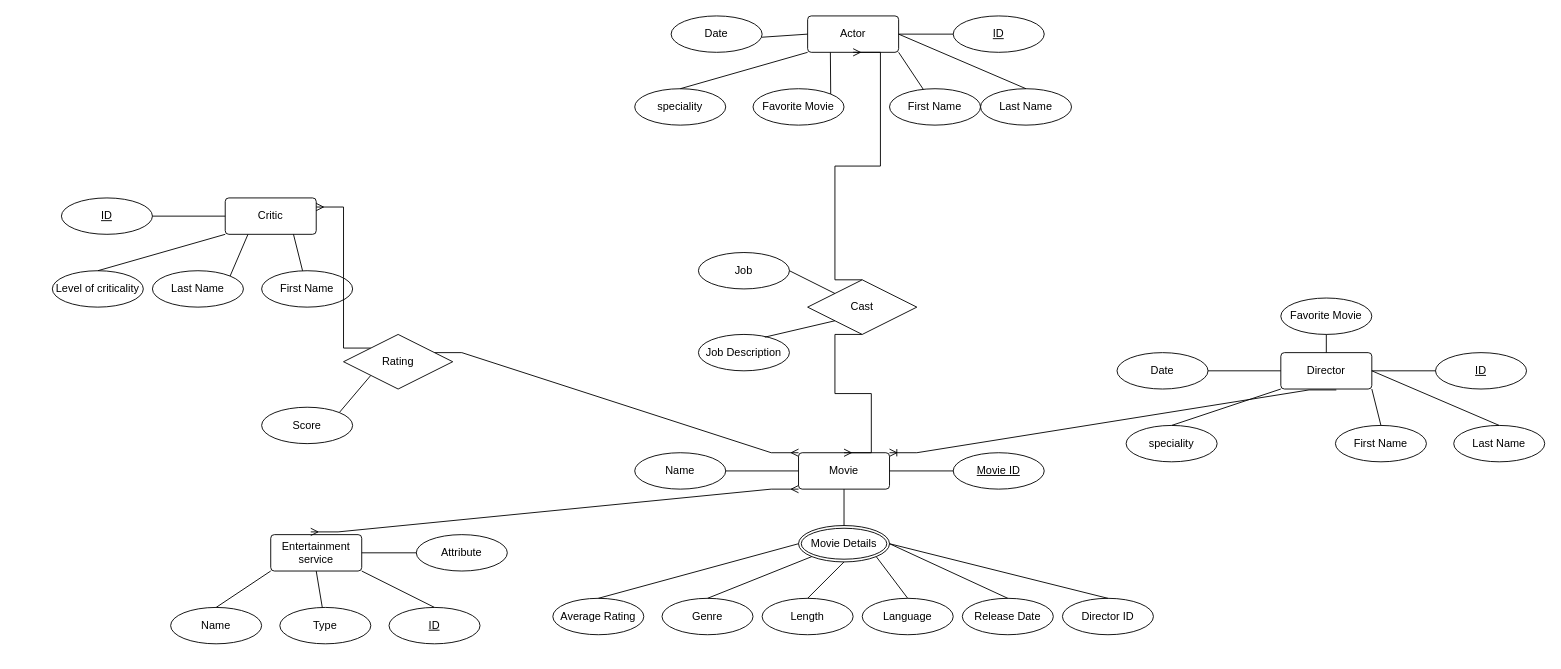
This is movie_ERD.drawio from benflanter/update-of-chinese-checkers-with-AI, a draw.io file, before an edit. Source tidied: cells renumbered, new cells numbered last; positions are measured from the earlier drawing's top-left corner, leaving out a move shared by most shapes. Both pictures are drawn from the tidied source at 91%, with x=0, y=0 at pixel (52, 15).
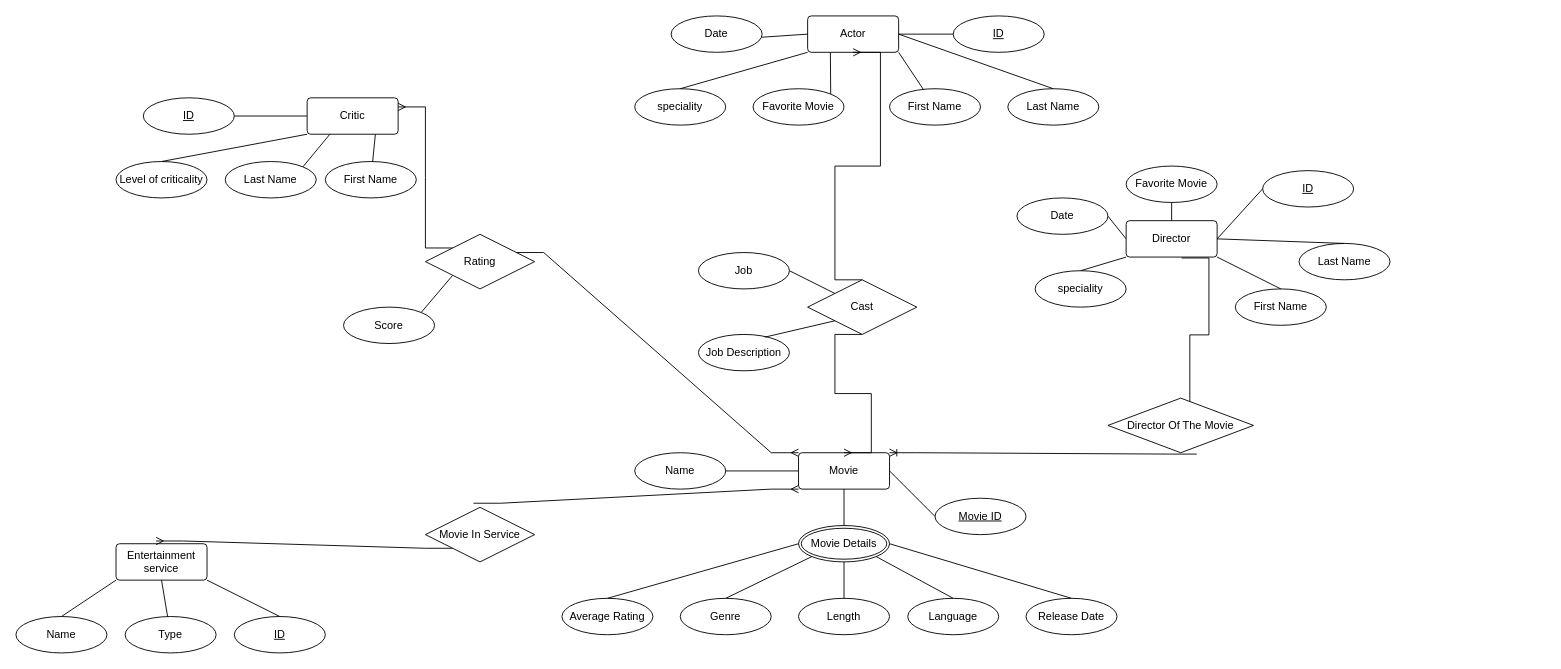
The same page after the edit.

Unchanged cells that the change refers to:
```xml
<mxCell id="28" value="Movie" style="rounded=1;arcSize=10;whiteSpace=wrap;html=1;align=center;" parent="1" vertex="1">
  <mxGeometry x="820" y="480" width="100" height="40" as="geometry" />
</mxCell>
<mxCell id="36" value="Movie Details" style="ellipse;shape=doubleEllipse;margin=3;whiteSpace=wrap;html=1;align=center;" parent="1" vertex="1">
  <mxGeometry x="820" y="560" width="100" height="40" as="geometry" />
</mxCell>
```

Diff of the diagram source:
```diff
@@
     <mxCell id="9" value="Last Name" style="ellipse;whiteSpace=wrap;html=1;align=center;" parent="1" vertex="1">
-      <mxGeometry x="1020" y="80" width="100" height="40" as="geometry" />
+      <mxGeometry x="1050" y="80" width="100" height="40" as="geometry" />
     </mxCell>
@@
     <mxCell id="13" value="Director" style="rounded=1;arcSize=10;whiteSpace=wrap;html=1;align=center;" parent="1" vertex="1">
-      <mxGeometry x="1350" y="370" width="100" height="40" as="geometry" />
+      <mxGeometry x="1180" y="225" width="100" height="40" as="geometry" />
     </mxCell>
     <mxCell id="14" value="speciality" style="ellipse;whiteSpace=wrap;html=1;align=center;" parent="1" vertex="1">
-      <mxGeometry x="1180" y="450" width="100" height="40" as="geometry" />
+      <mxGeometry x="1080" y="280" width="100" height="40" as="geometry" />
     </mxCell>
     <mxCell id="15" value="Favorite Movie" style="ellipse;whiteSpace=wrap;html=1;align=center;" parent="1" vertex="1">
-      <mxGeometry x="1350" y="310" width="100" height="40" as="geometry" />
+      <mxGeometry x="1180" y="165" width="100" height="40" as="geometry" />
     </mxCell>
     <mxCell id="16" value="ID" style="ellipse;whiteSpace=wrap;html=1;align=center;fontStyle=4;" parent="1" vertex="1">
-      <mxGeometry x="1520" y="370" width="100" height="40" as="geometry" />
+      <mxGeometry x="1330" y="170" width="100" height="40" as="geometry" />
     </mxCell>
@@
     <mxCell id="19" value="First Name" style="ellipse;whiteSpace=wrap;html=1;align=center;" parent="1" vertex="1">
-      <mxGeometry x="1410" y="450" width="100" height="40" as="geometry" />
+      <mxGeometry x="1300" y="300" width="100" height="40" as="geometry" />
     </mxCell>
     <mxCell id="20" value="Last Name" style="ellipse;whiteSpace=wrap;html=1;align=center;" parent="1" vertex="1">
-      <mxGeometry x="1540" y="450" width="100" height="40" as="geometry" />
+      <mxGeometry x="1370" y="250" width="100" height="40" as="geometry" />
     </mxCell>
@@
     <mxCell id="31" value="Movie ID" style="ellipse;whiteSpace=wrap;html=1;align=center;fontStyle=4;" parent="1" vertex="1">
-      <mxGeometry x="990" y="480" width="100" height="40" as="geometry" />
+      <mxGeometry x="970" y="530" width="100" height="40" as="geometry" />
     </mxCell>
     <mxCell id="32" value="Length" style="ellipse;whiteSpace=wrap;html=1;align=center;" parent="1" vertex="1">
-      <mxGeometry x="780" y="640" width="100" height="40" as="geometry" />
+      <mxGeometry x="820" y="640" width="100" height="40" as="geometry" />
     </mxCell>
     <mxCell id="33" value="Language" style="ellipse;whiteSpace=wrap;html=1;align=center;" parent="1" vertex="1">
-      <mxGeometry x="890" y="640" width="100" height="40" as="geometry" />
+      <mxGeometry x="940" y="640" width="100" height="40" as="geometry" />
     </mxCell>
     <mxCell id="34" value="Genre" style="ellipse;whiteSpace=wrap;html=1;align=center;" parent="1" vertex="1">
-      <mxGeometry x="670" y="640" width="100" height="40" as="geometry" />
+      <mxGeometry x="690" y="640" width="100" height="40" as="geometry" />
     </mxCell>
     <mxCell id="35" value="Average Rating" style="ellipse;whiteSpace=wrap;html=1;align=center;" parent="1" vertex="1">
-      <mxGeometry x="550" y="640" width="100" height="40" as="geometry" />
+      <mxGeometry x="560" y="640" width="100" height="40" as="geometry" />
     </mxCell>
@@
     <mxCell id="41" value="Release Date" style="ellipse;whiteSpace=wrap;html=1;align=center;" parent="1" vertex="1">
-      <mxGeometry x="1000" y="640" width="100" height="40" as="geometry" />
+      <mxGeometry x="1070" y="640" width="100" height="40" as="geometry" />
     </mxCell>
@@
     <mxCell id="45" value="Score" style="ellipse;whiteSpace=wrap;html=1;align=center;" parent="1" vertex="1">
-      <mxGeometry x="230" y="430" width="100" height="40" as="geometry" />
+      <mxGeometry x="320" y="320" width="100" height="40" as="geometry" />
     </mxCell>
     <mxCell id="46" value="Critic" style="rounded=1;arcSize=10;whiteSpace=wrap;html=1;align=center;" parent="1" vertex="1">
-      <mxGeometry x="190" y="200" width="100" height="40" as="geometry" />
+      <mxGeometry x="280" y="90" width="100" height="40" as="geometry" />
     </mxCell>
     <mxCell id="47" value="Level of criticality" style="ellipse;whiteSpace=wrap;html=1;align=center;" parent="1" vertex="1">
-      <mxGeometry y="280" width="100" height="40" as="geometry" />
+      <mxGeometry x="70" y="160" width="100" height="40" as="geometry" />
     </mxCell>
     <mxCell id="48" value="Last Name" style="ellipse;whiteSpace=wrap;html=1;align=center;" parent="1" vertex="1">
-      <mxGeometry x="110" y="280" width="100" height="40" as="geometry" />
+      <mxGeometry x="190" y="160" width="100" height="40" as="geometry" />
     </mxCell>
@@
     <mxCell id="51" value="First Name" style="ellipse;whiteSpace=wrap;html=1;align=center;" parent="1" vertex="1">
-      <mxGeometry x="230" y="280" width="100" height="40" as="geometry" />
+      <mxGeometry x="300" y="160" width="100" height="40" as="geometry" />
     </mxCell>
@@
     <mxCell id="53" value="ID" style="ellipse;whiteSpace=wrap;html=1;align=center;fontStyle=4;" parent="1" vertex="1">
-      <mxGeometry x="10" y="200" width="100" height="40" as="geometry" />
+      <mxGeometry x="100" y="90" width="100" height="40" as="geometry" />
     </mxCell>
     <mxCell id="54" value="Date" style="ellipse;whiteSpace=wrap;html=1;align=center;" parent="1" vertex="1">
-      <mxGeometry x="1170" y="370" width="100" height="40" as="geometry" />
+      <mxGeometry x="1060" y="200" width="100" height="40" as="geometry" />
     </mxCell>
-    <mxCell id="55" value="Director ID" style="ellipse;whiteSpace=wrap;html=1;align=center;" parent="1" vertex="1">
-      <mxGeometry x="1110" y="640" width="100" height="40" as="geometry" />
-    </mxCell>
-    <mxCell id="56" style="endArrow=none;html=1;rounded=0;exitX=0.5;exitY=0;exitDx=0;exitDy=0;entryX=1;entryY=0.5;entryDx=0;entryDy=0;" parent="1" edge="1" source="55" target="36">
-      <mxGeometry relative="1" as="geometry" />
-    </mxCell>
@@
     <mxCell id="58" value="Entertainment service" style="rounded=1;arcSize=10;whiteSpace=wrap;html=1;align=center;" parent="1" vertex="1">
-      <mxGeometry x="240" y="570" width="100" height="40" as="geometry" />
+      <mxGeometry x="70" y="580" width="100" height="40" as="geometry" />
     </mxCell>
     <mxCell id="59" value="ID" style="ellipse;whiteSpace=wrap;html=1;align=center;fontStyle=4;" parent="1" vertex="1">
-      <mxGeometry x="370" y="650" width="100" height="40" as="geometry" />
+      <mxGeometry x="200" y="660" width="100" height="40" as="geometry" />
     </mxCell>
     <mxCell id="60" value="Type" style="ellipse;whiteSpace=wrap;html=1;align=center;" parent="1" vertex="1">
-      <mxGeometry x="250" y="650" width="100" height="40" as="geometry" />
+      <mxGeometry x="80" y="660" width="100" height="40" as="geometry" />
     </mxCell>
     <mxCell id="61" value="Name" style="ellipse;whiteSpace=wrap;html=1;align=center;" parent="1" vertex="1">
-      <mxGeometry x="130" y="650" width="100" height="40" as="geometry" />
+      <mxGeometry x="-40" y="660" width="100" height="40" as="geometry" />
     </mxCell>
-    <mxCell id="62" value="Attribute" style="ellipse;whiteSpace=wrap;html=1;align=center;" parent="1" vertex="1">
-      <mxGeometry x="400" y="570" width="100" height="40" as="geometry" />
-    </mxCell>
-    <mxCell id="63" style="endArrow=none;html=1;rounded=0;entryX=0;entryY=0.5;entryDx=0;entryDy=0;exitX=1;exitY=0.5;exitDx=0;exitDy=0;" parent="1" edge="1" source="58" target="62">
-      <mxGeometry relative="1" as="geometry" />
-    </mxCell>
@@
-    <mxCell id="72" style="edgeStyle=entityRelationEdgeStyle;fontSize=12;html=1;endArrow=ERmany;startArrow=ERmany;rounded=0;entryX=0;entryY=1;entryDx=0;entryDy=0;exitX=0.44;exitY=-0.075;exitDx=0;exitDy=0;exitPerimeter=0;" parent="1" edge="1" source="58" target="28">
+    <mxCell id="72" style="edgeStyle=entityRelationEdgeStyle;fontSize=12;html=1;endArrow=ERmany;startArrow=none;rounded=0;entryX=0;entryY=1;entryDx=0;entryDy=0;exitX=0.44;exitY=-0.075;exitDx=0;exitDy=0;exitPerimeter=0;" parent="1" edge="1" source="81" target="28">
       <mxGeometry relative="1" as="geometry" />
     </mxCell>
@@
     <mxCell id="77" value="Rating" style="shape=rhombus;perimeter=rhombusPerimeter;whiteSpace=wrap;html=1;align=center;" parent="1" vertex="1">
-      <mxGeometry x="320" y="350" width="120" height="60" as="geometry" />
+      <mxGeometry x="410" y="240" width="120" height="60" as="geometry" />
     </mxCell>
-    <mxCell id="78" style="edgeStyle=entityRelationEdgeStyle;fontSize=12;html=1;endArrow=ERoneToMany;rounded=0;entryX=1;entryY=0;entryDx=0;entryDy=0;exitX=0.61;exitY=1.025;exitDx=0;exitDy=0;exitPerimeter=0;" parent="1" edge="1" source="13" target="28">
+    <mxCell id="78" style="edgeStyle=entityRelationEdgeStyle;fontSize=12;html=1;endArrow=ERoneToMany;rounded=0;entryX=1;entryY=0;entryDx=0;entryDy=0;exitX=0.61;exitY=1.025;exitDx=0;exitDy=0;exitPerimeter=0;startArrow=none;" parent="1" edge="1" source="83" target="28">
       <mxGeometry relative="1" as="geometry" />
     </mxCell>
@@
+    <mxCell id="80" style="edgeStyle=entityRelationEdgeStyle;fontSize=12;html=1;endArrow=none;startArrow=ERmany;rounded=0;entryX=0;entryY=1;entryDx=0;entryDy=0;exitX=0.44;exitY=-0.075;exitDx=0;exitDy=0;exitPerimeter=0;" parent="1" edge="1" source="58" target="81">
+      <mxGeometry relative="1" as="geometry" />
+    </mxCell>
+    <mxCell id="81" value="Movie In Service" style="shape=rhombus;perimeter=rhombusPerimeter;whiteSpace=wrap;html=1;align=center;" parent="1" vertex="1">
+      <mxGeometry x="410" y="540" width="120" height="60" as="geometry" />
+    </mxCell>
+    <mxCell id="82" style="edgeStyle=entityRelationEdgeStyle;fontSize=12;html=1;endArrow=none;rounded=0;entryX=1;entryY=0;entryDx=0;entryDy=0;exitX=0.61;exitY=1.025;exitDx=0;exitDy=0;exitPerimeter=0;" parent="1" edge="1" source="13" target="83">
+      <mxGeometry relative="1" as="geometry" />
+    </mxCell>
+    <mxCell id="83" value="Director Of The Movie" style="shape=rhombus;perimeter=rhombusPerimeter;whiteSpace=wrap;html=1;align=center;" parent="1" vertex="1">
+      <mxGeometry x="1160" y="420" width="160" height="60" as="geometry" />
+    </mxCell>
```
